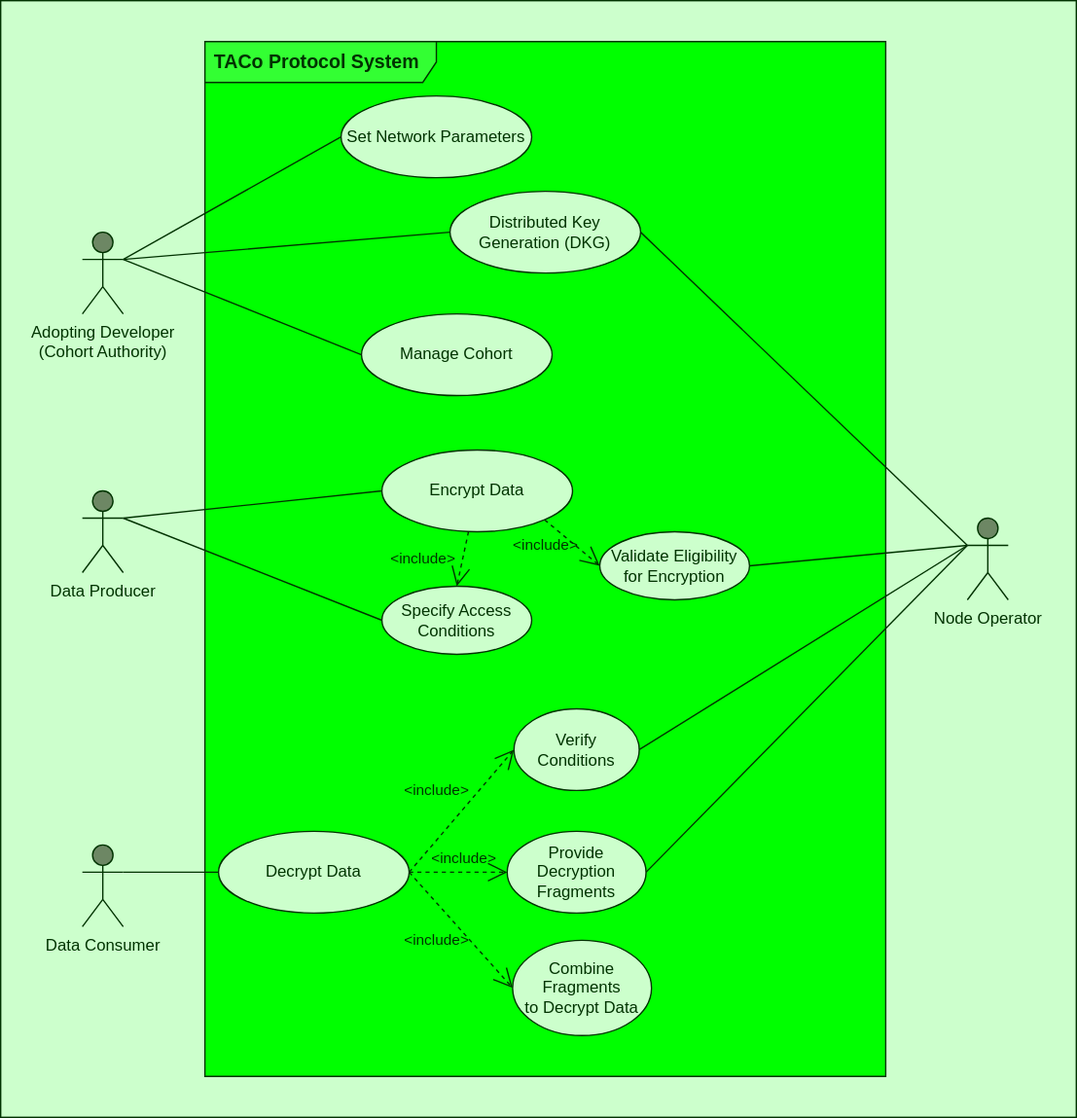
This is .gitbook/assets/architecture/use-case-diagram.svg from nucypher/taco-docs, a draw.io export, as it was before one commit. Source tidied: cells renumbered, new cells last; positions are measured from the earlier drawing's top-left corner, leaving out a move shared by most shapes.
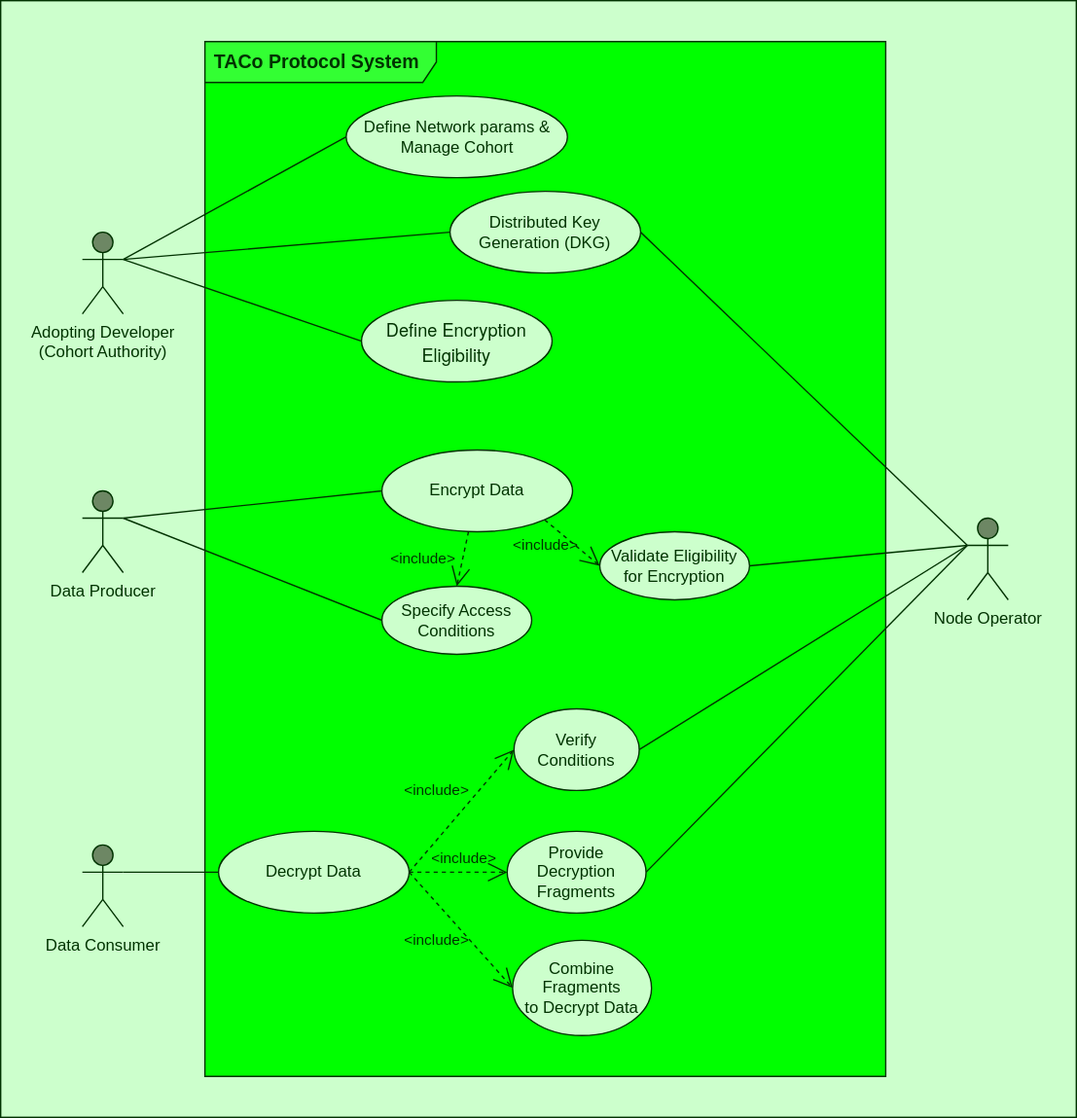
Above is the later version.

Commit message:
update the uml usecase diagram

The edit, as a diff of the source:
```diff
@@ -23,11 +23,11 @@
     <mxCell id="8" value="Distributed Key Generation (DKG)" style="ellipse;whiteSpace=wrap;html=1;strokeColor=#003300;fillColor=#CCFFCC;fontColor=#003300;labelBackgroundColor=none;labelBorderColor=none;" parent="1" vertex="1">
       <mxGeometry x="330" y="140" width="140" height="60" as="geometry" />
     </mxCell>
-    <mxCell id="9" value="Manage Cohort" style="ellipse;whiteSpace=wrap;html=1;strokeColor=#003300;fillColor=#CCFFCC;fontColor=#003300;labelBackgroundColor=none;labelBorderColor=none;" parent="1" vertex="1">
-      <mxGeometry x="265" y="230" width="140" height="60" as="geometry" />
+    <mxCell id="9" value="Define Network params &amp;amp; Manage Cohort" style="ellipse;whiteSpace=wrap;html=1;strokeColor=#003300;fillColor=#CCFFCC;fontColor=#003300;labelBackgroundColor=none;labelBorderColor=none;" parent="1" vertex="1">
+      <mxGeometry x="253.8" y="70" width="162.5" height="60" as="geometry" />
     </mxCell>
-    <mxCell id="10" value="Set Network Parameters" style="ellipse;whiteSpace=wrap;html=1;strokeColor=#003300;fillColor=#CCFFCC;fontColor=#003300;labelBackgroundColor=none;labelBorderColor=none;" parent="1" vertex="1">
-      <mxGeometry x="250" y="70" width="140" height="60" as="geometry" />
+    <mxCell id="10" value="&lt;p style=&quot;margin: 0px; font-variant-numeric: normal; font-variant-east-asian: normal; font-variant-alternates: normal; font-size-adjust: none; font-kerning: auto; font-optical-sizing: auto; font-feature-settings: normal; font-variation-settings: normal; font-variant-position: normal; font-stretch: normal; font-size: 13px; line-height: normal; font-family: &amp;quot;Helvetica Neue&amp;quot;;&quot; class=&quot;p1&quot;&gt;Define Encryption Eligibility&lt;/p&gt;" style="ellipse;whiteSpace=wrap;html=1;strokeColor=#003300;fillColor=#CCFFCC;fontColor=#003300;labelBackgroundColor=none;labelBorderColor=none;align=center;" parent="1" vertex="1">
+      <mxGeometry x="265" y="220" width="140" height="60" as="geometry" />
     </mxCell>
     <mxCell id="11" value="Encrypt Data" style="ellipse;whiteSpace=wrap;html=1;strokeColor=#003300;fillColor=#CCFFCC;fontColor=#003300;labelBackgroundColor=none;labelBorderColor=none;" parent="1" vertex="1">
       <mxGeometry x="280" y="330" width="140" height="60" as="geometry" />
```
